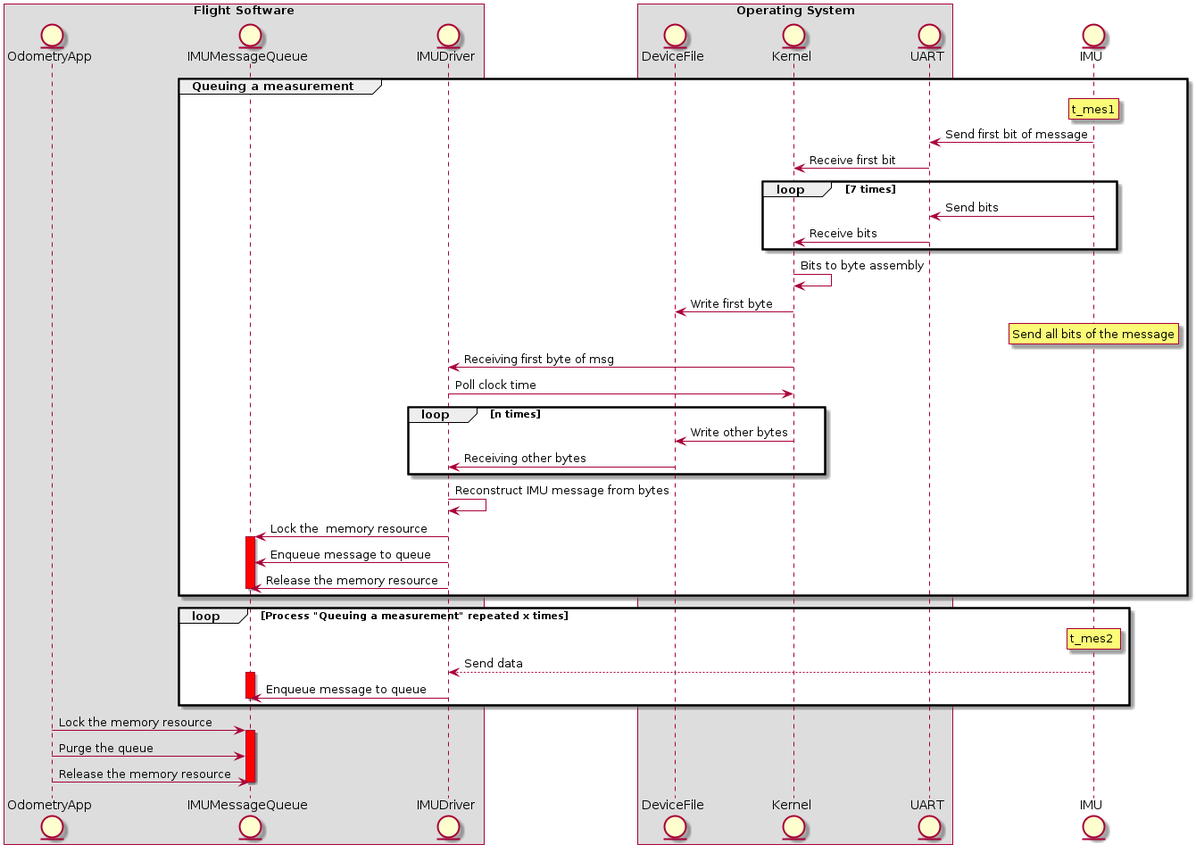
Earlier version of the PlantUML export documentation/requirements_engineering/diagrams/high_level_sys_overview.png (renn0xtek9/assignment).
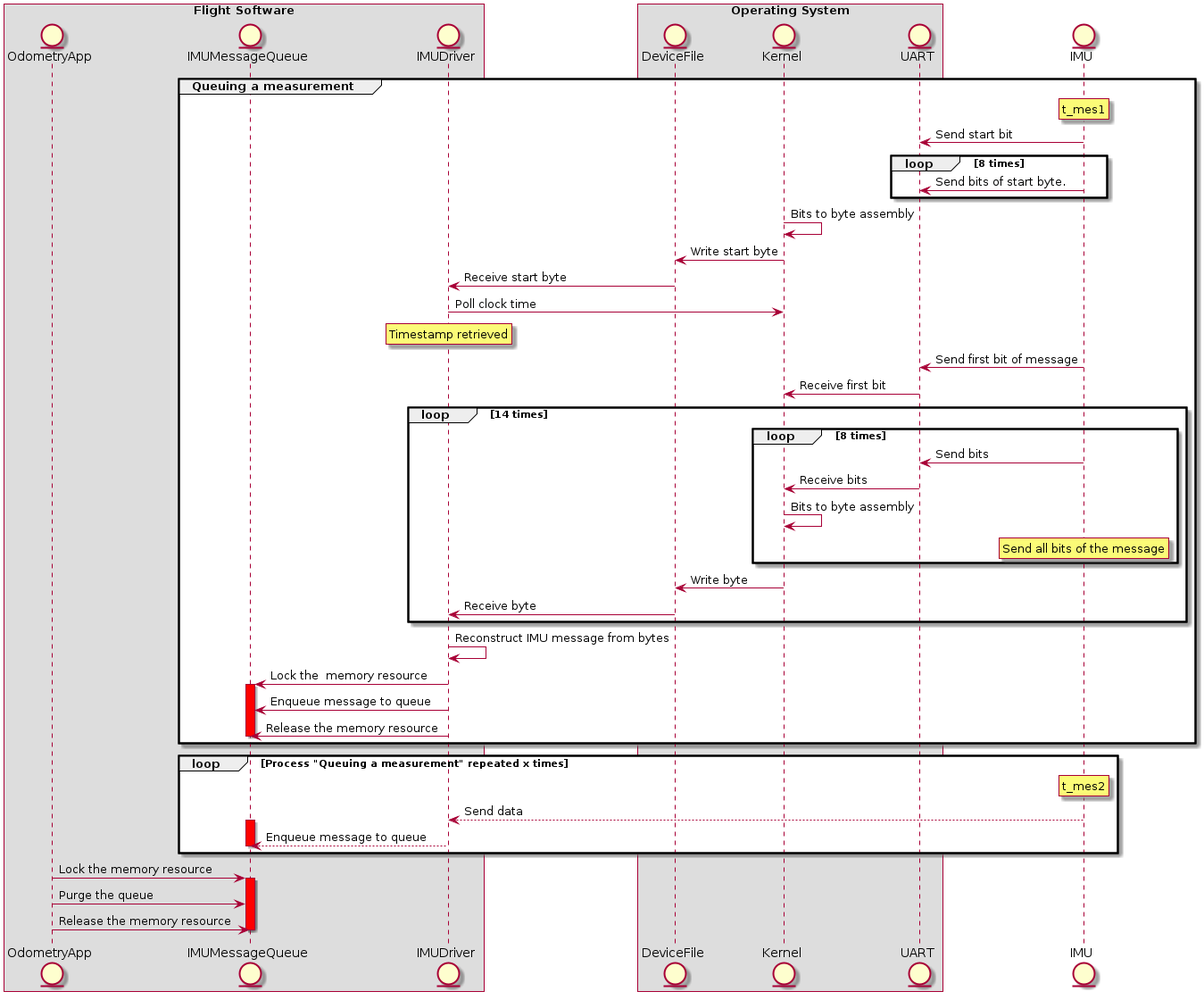
After the change.

What changed in the source:
```diff
@@ -16,27 +16,32 @@
     rnote over IMU
         t_mes1
     endrnote
+    IMU -> UART: Send start bit
+    loop 8 times
+        IMU -> UART: Send bits of start byte.
+    end
+    Kernel -> Kernel: Bits to byte assembly
+    Kernel -> DeviceFile: Write start byte
+    DeviceFile -> IMUDriver: Receive start byte
+    IMUDriver -> Kernel: Poll clock time
+    rnote over IMUDriver
+        Timestamp retrieved
+    endrnote
     IMU -> UART: Send first bit of message
     UART -> Kernel: Receive first bit
-    loop 7 times
-        IMU -> UART: Send bits
-        UART -> Kernel: Receive bits
+    loop 14 times
+        loop 8 times
+            IMU -> UART: Send bits
+            UART -> Kernel: Receive bits
+            Kernel -> Kernel: Bits to byte assembly
+            rnote over IMU
+                Send all bits of the message
+            endrnote
+        end
+        Kernel -> DeviceFile: Write byte
+        DeviceFile -> IMUDriver: Receive byte
     end
 
-    Kernel -> Kernel: Bits to byte assembly
-
-    Kernel -> DeviceFile: Write first byte
-
-    rnote over IMU
-        Send all bits of the message
-    endrnote
-
-    Kernel -> IMUDriver: Receiving first byte of msg
-    IMUDriver -> Kernel: Poll clock time
-    loop n times
-        Kernel -> DeviceFile: Write other bytes
-        DeviceFile -> IMUDriver: Receiving other bytes
-    end
     IMUDriver ->IMUDriver: Reconstruct IMU message from bytes
     IMUDriver -> IMUMessageQueue: Lock the  memory resource
     activate IMUMessageQueue #Red
@@ -52,7 +57,7 @@
     IMU --> IMUDriver: Send data
 
     activate IMUMessageQueue #Red
-    IMUDriver -> IMUMessageQueue: Enqueue message to queue
+    IMUDriver --> IMUMessageQueue: Enqueue message to queue
     deactivate IMUMessageQueue
 end
 
```
